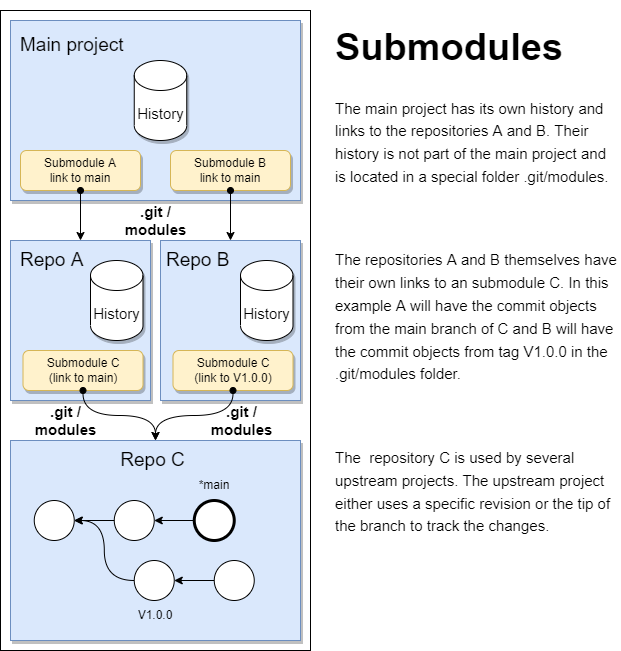
The draw.io diagram Assets/images/git-submodules.png in braboj/tutorial-git, before a commit. Source tidied: cells renumbered, new cells last; positions are measured from the earlier drawing's top-left corner, leaving out a move shared by most shapes.
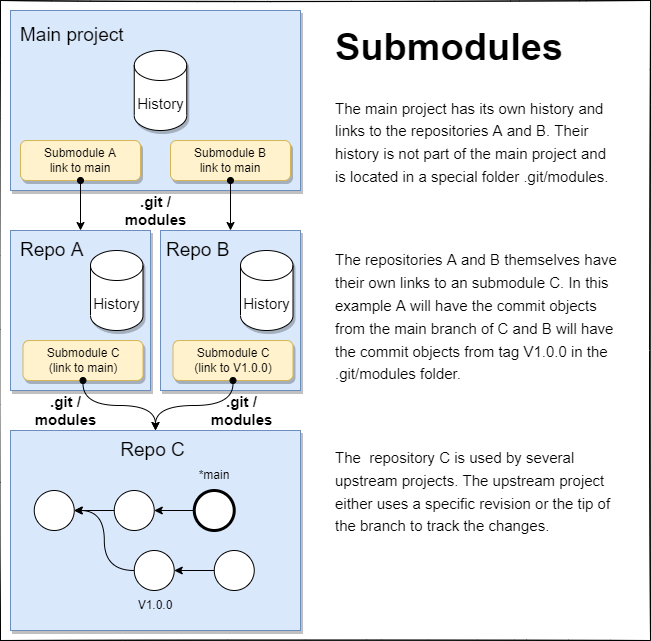
After the change.

Diff of the diagram source:
```diff
@@ -1,9 +1,9 @@
-<mxGraphModel>
+<mxGraphModel background="#ffffff">
   <root>
     <mxCell id="0" />
     <mxCell id="1" parent="0" />
-    <mxCell id="2" style="rounded=0;whiteSpace=wrap;html=1;" parent="1" vertex="1">
-      <mxGeometry width="310" height="640" as="geometry" />
+    <mxCell id="2" style="rounded=0;whiteSpace=wrap;html=1;sketch=1;" parent="1" vertex="1">
+      <mxGeometry width="650" height="640" as="geometry" />
     </mxCell>
     <mxCell id="3" style="rounded=0;whiteSpace=wrap;html=1;shadow=1;glass=0;fillColor=#dae8fc;strokeColor=#6c8ebf;fillStyle=auto;" parent="1" vertex="1">
       <mxGeometry x="10" y="10" width="290" height="180" as="geometry" />
@@ -54,7 +54,7 @@
       <mxGeometry relative="1" as="geometry" />
     </mxCell>
     <mxCell id="19" value="&lt;h1&gt;Submodules&lt;/h1&gt;&lt;p&gt;&lt;span style=&quot;font-size: 15px&quot;&gt;The main project has its own history and links to the repositories A and B. Their history is not part of the main project and is located in a special folder .git/modules.&lt;/span&gt;&lt;/p&gt;&lt;p&gt;&lt;span style=&quot;font-size: 15px&quot;&gt;&lt;br&gt;&lt;/span&gt;&lt;/p&gt;&lt;p&gt;&lt;span style=&quot;font-size: 15px&quot;&gt;The repositories A and B themselves have their own links to an submodule C. In this example A will have the commit objects from the main branch of C and B will have the commit objects from tag V1.0.0 in the .git/modules folder.&lt;/span&gt;&lt;br&gt;&lt;/p&gt;&lt;p&gt;&lt;span style=&quot;font-size: 15px&quot;&gt;&lt;br&gt;&lt;/span&gt;&lt;/p&gt;&lt;p&gt;&lt;span style=&quot;font-size: 15px&quot;&gt;The&amp;nbsp; repository C is used by several upstream projects. The upstream project either uses a specific revision or the tip of the branch to track the changes.&lt;/span&gt;&lt;br&gt;&lt;/p&gt;" style="text;html=1;strokeColor=none;fillColor=none;spacing=5;spacingTop=-20;whiteSpace=wrap;overflow=hidden;rounded=0;fontSize=19;" parent="1" vertex="1">
-      <mxGeometry x="330" width="290" height="630" as="geometry" />
+      <mxGeometry x="330" y="10" width="290" height="620" as="geometry" />
     </mxCell>
     <mxCell id="20" value="History" style="shape=cylinder3;whiteSpace=wrap;html=1;boundedLbl=1;backgroundOutline=1;size=15;rounded=0;fontSize=15;shadow=1;" parent="1" vertex="1">
       <mxGeometry x="240" y="250" width="52.5" height="80" as="geometry" />
```
